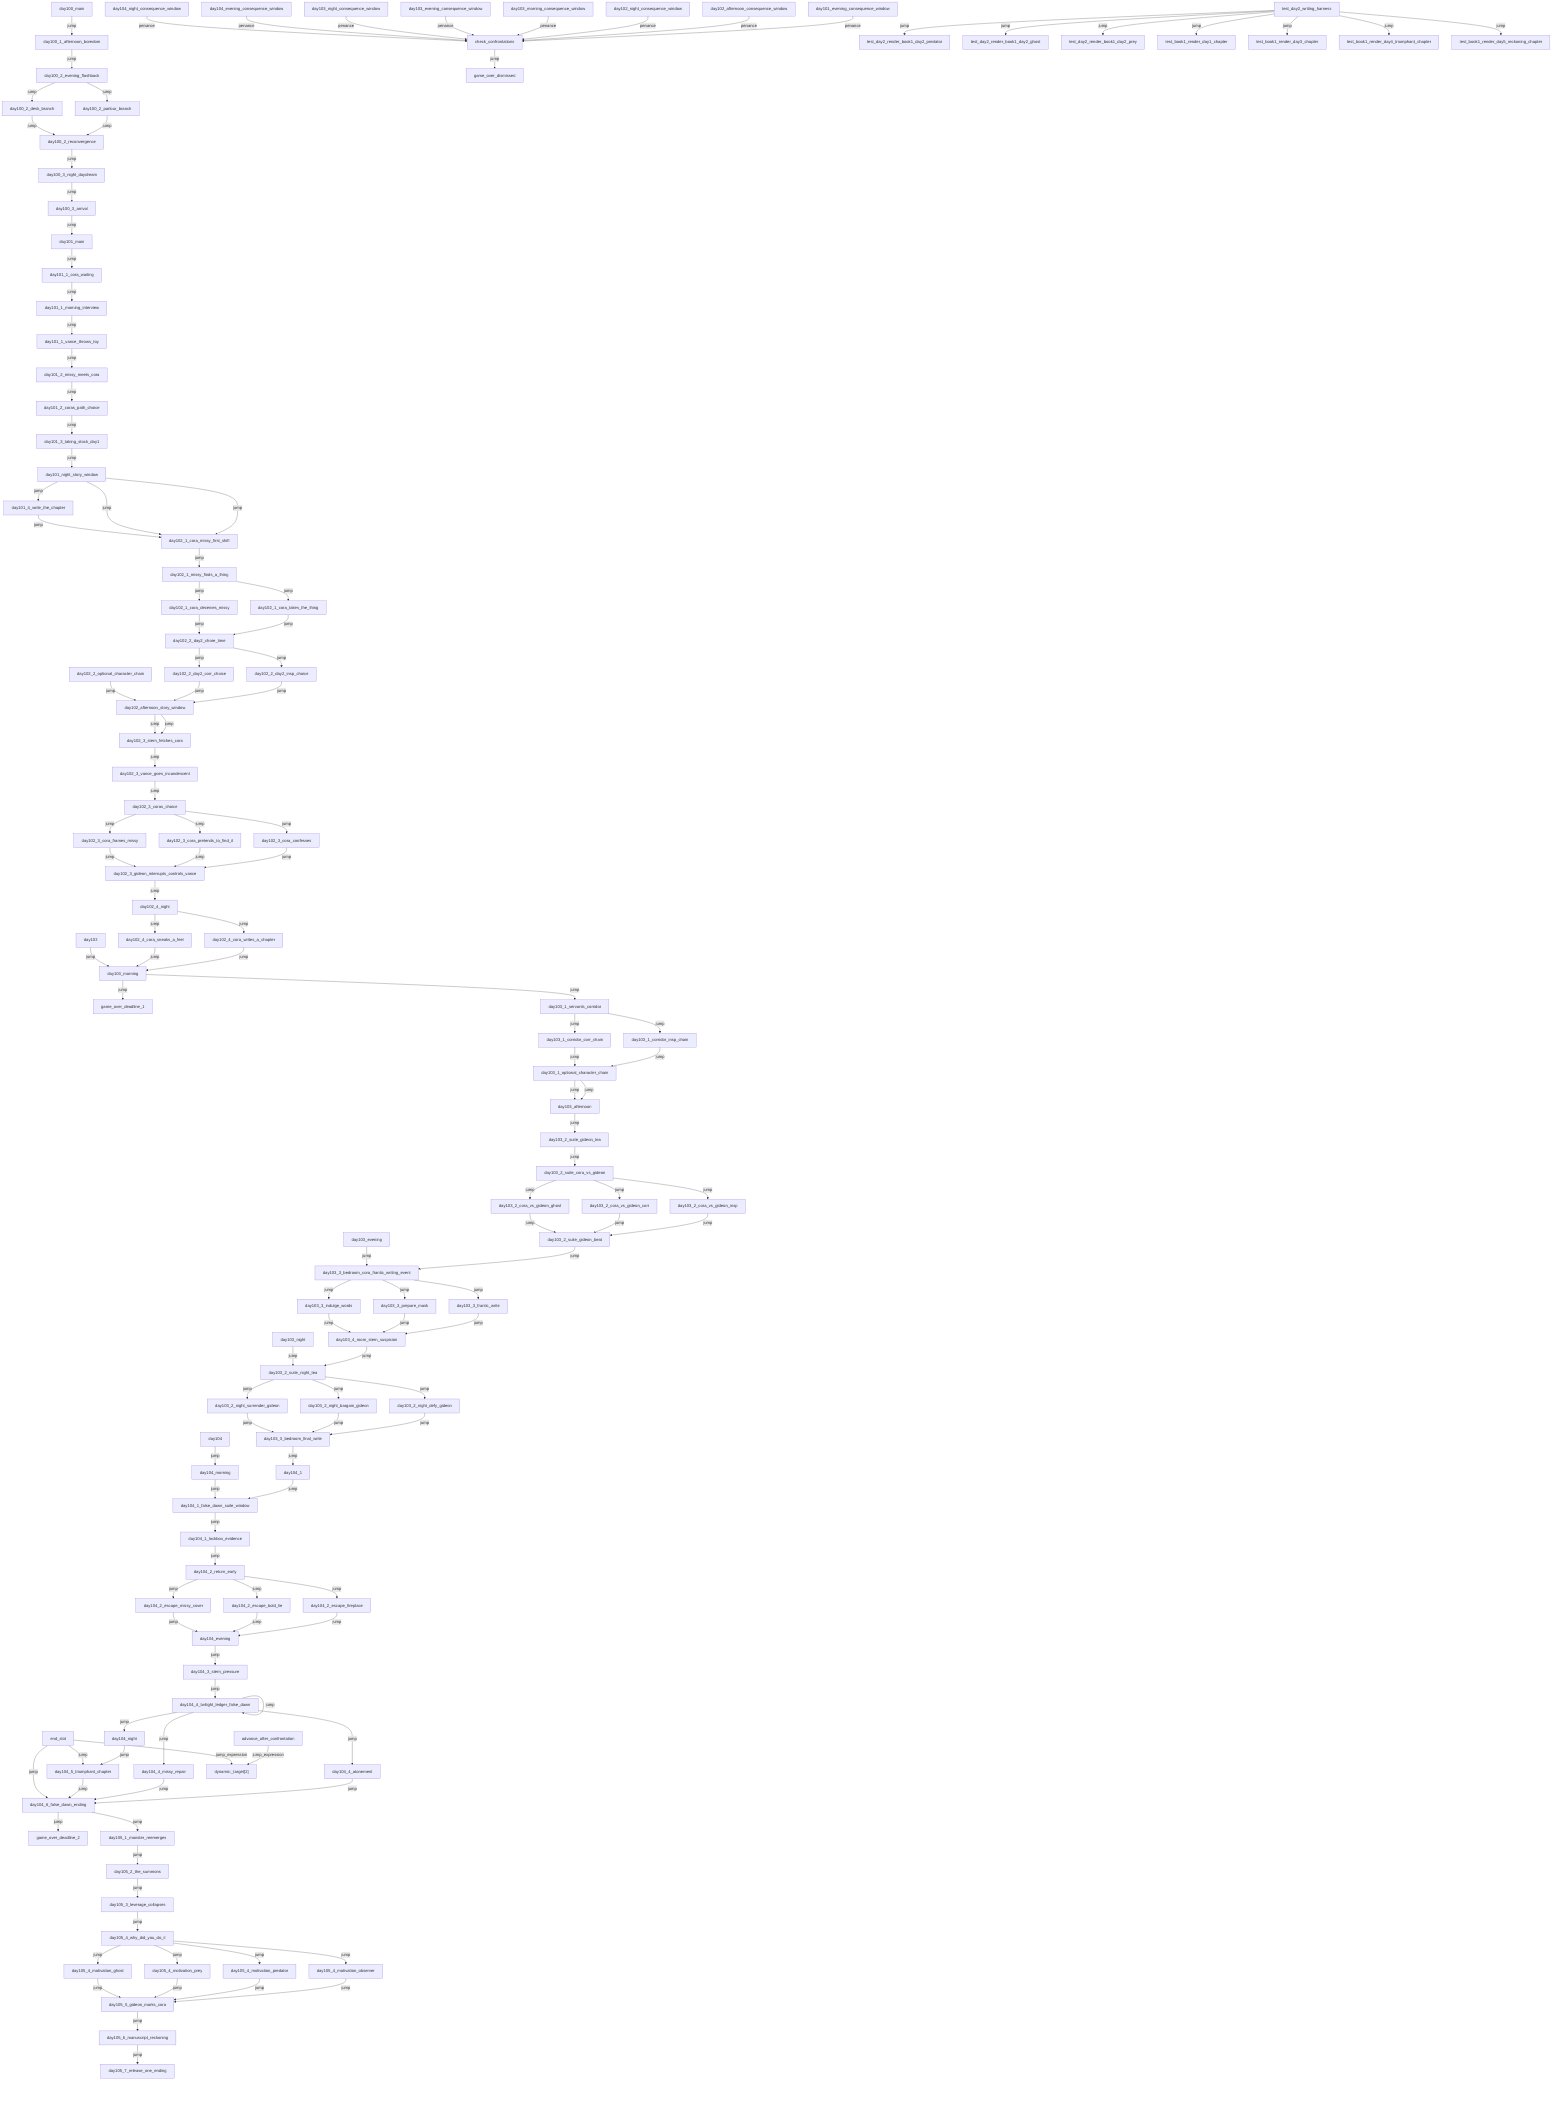
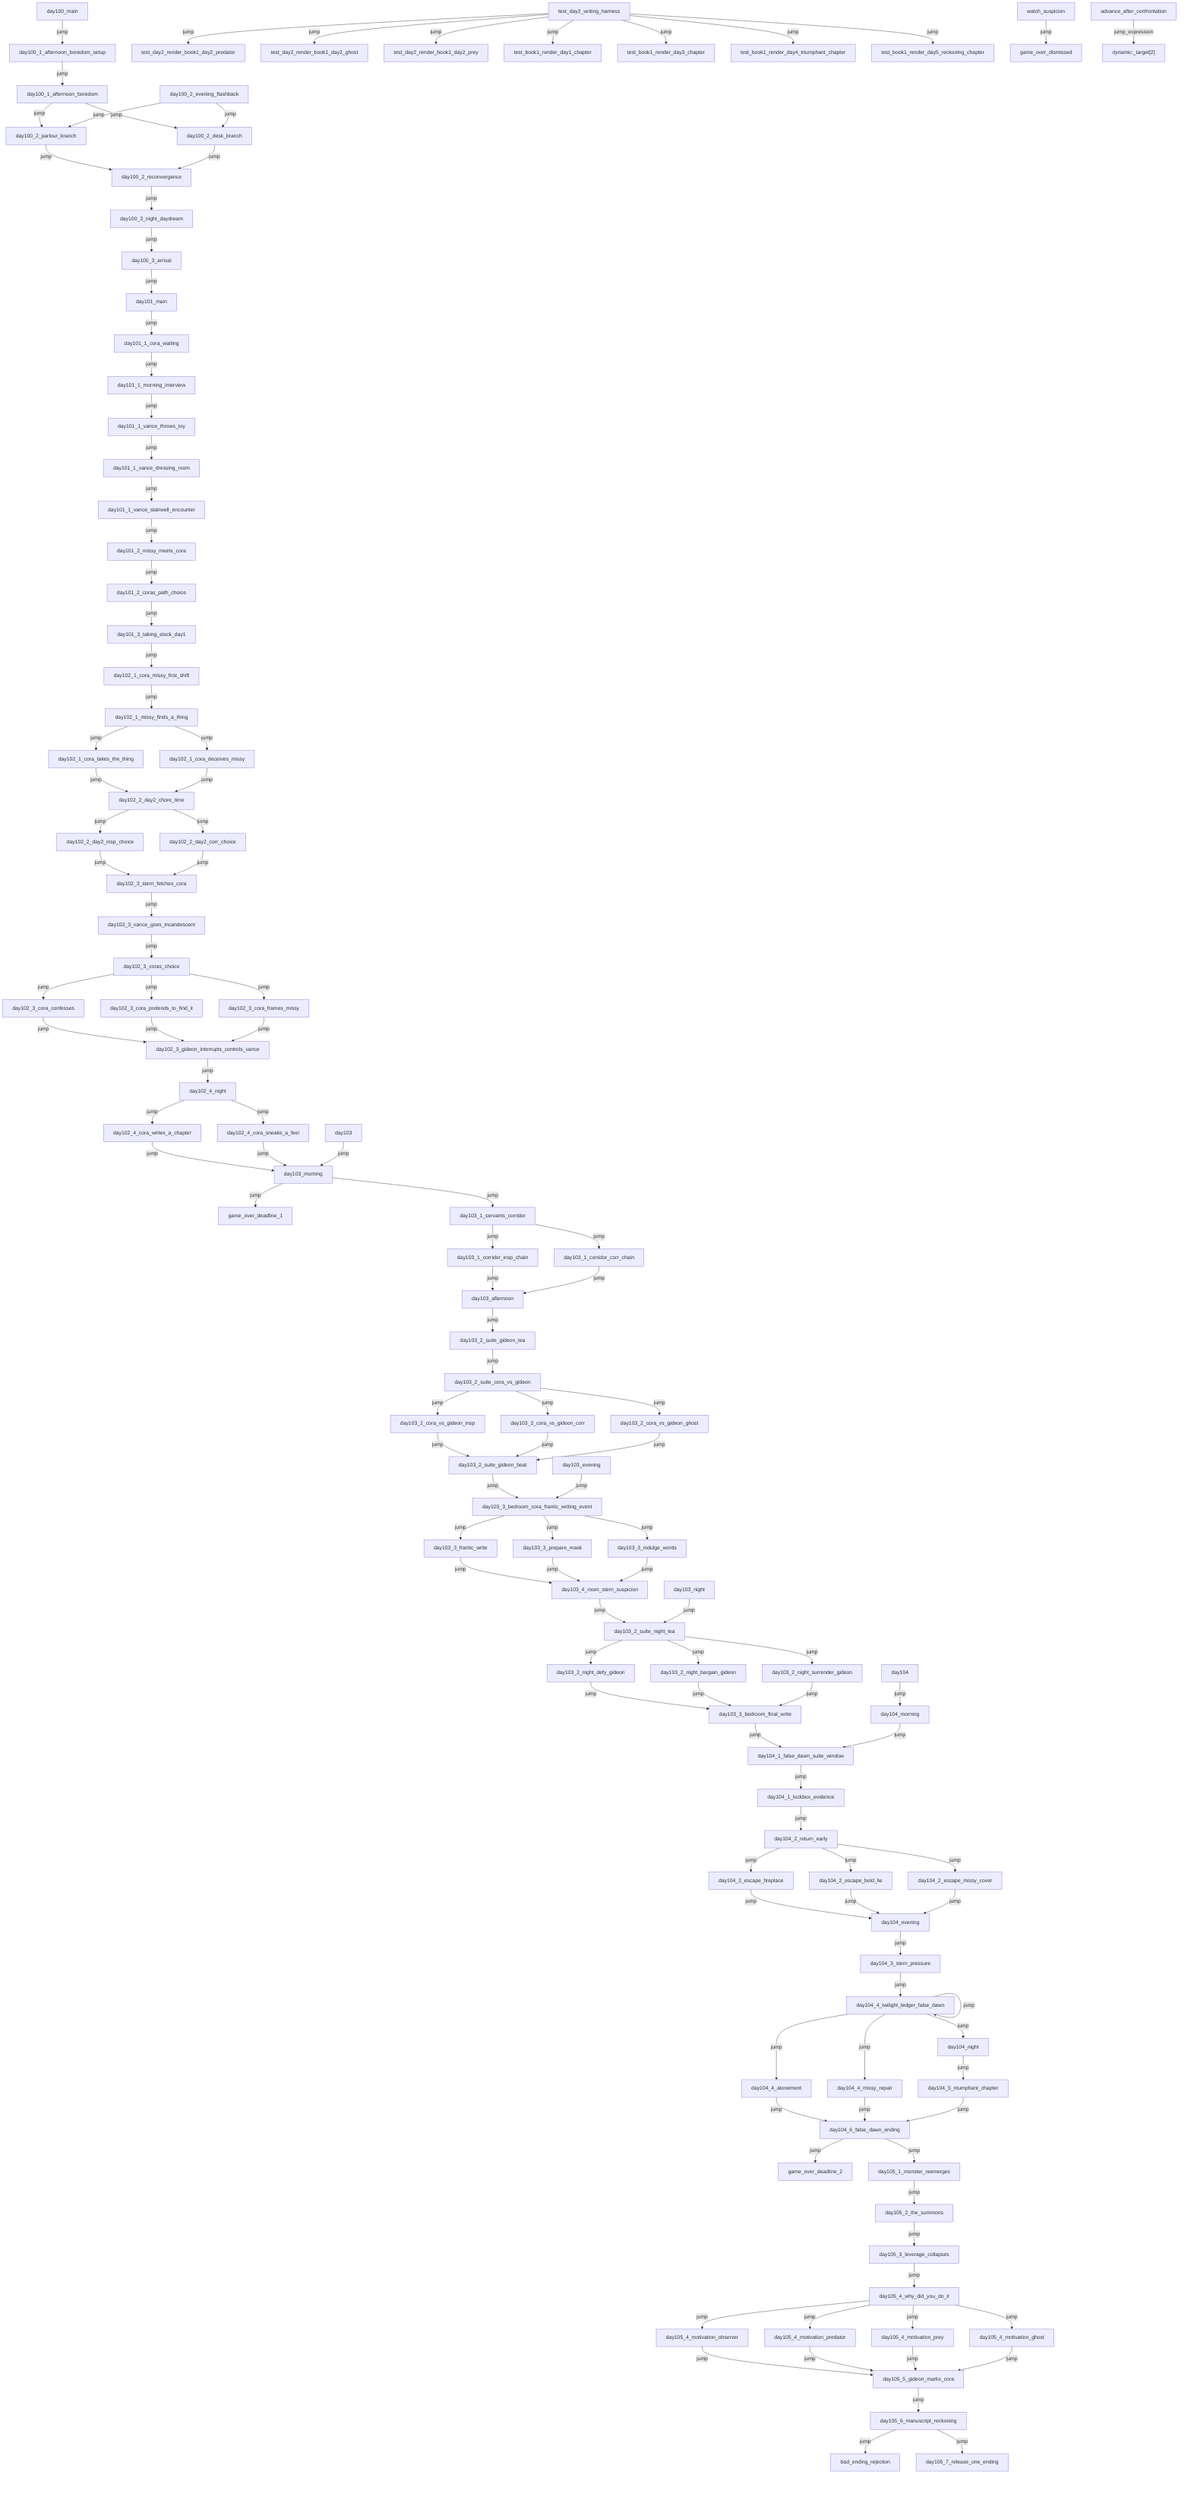
flowchart TD
-   day100_main["day100_main"] -->|"jump"| day100_1_afternoon_boredom["day100_1_afternoon_boredom"]
-   day100_1_afternoon_boredom["day100_1_afternoon_boredom"] -->|"jump"| day100_2_evening_flashback["day100_2_evening_flashback"]
+   day100_main["day100_main"] -->|"jump"| day100_1_afternoon_boredom_setup["day100_1_afternoon_boredom_setup"]
+   day100_1_afternoon_boredom_setup["day100_1_afternoon_boredom_setup"] -->|"jump"| day100_1_afternoon_boredom["day100_1_afternoon_boredom"]
+   day100_1_afternoon_boredom["day100_1_afternoon_boredom"] -->|"jump"| day100_2_desk_branch["day100_2_desk_branch"]
+   day100_1_afternoon_boredom["day100_1_afternoon_boredom"] -->|"jump"| day100_2_parlour_branch["day100_2_parlour_branch"]
+   day100_2_evening_flashback["day100_2_evening_flashback"] -->|"jump"| day100_2_desk_branch["day100_2_desk_branch"]
  day100_2_evening_flashback["day100_2_evening_flashback"] -->|"jump"| day100_2_parlour_branch["day100_2_parlour_branch"]
-   day100_2_evening_flashback["day100_2_evening_flashback"] -->|"jump"| day100_2_desk_branch["day100_2_desk_branch"]
  day100_2_parlour_branch["day100_2_parlour_branch"] -->|"jump"| day100_2_reconvergence["day100_2_reconvergence"]
  day100_2_desk_branch["day100_2_desk_branch"] -->|"jump"| day100_2_reconvergence["day100_2_reconvergence"]
  day100_2_reconvergence["day100_2_reconvergence"] -->|"jump"| day100_3_night_daydream["day100_3_night_daydream"]
  day100_3_night_daydream["day100_3_night_daydream"] -->|"jump"| day100_3_arrival["day100_3_arrival"]
  day100_3_arrival["day100_3_arrival"] -->|"jump"| day101_main["day101_main"]
  day101_main["day101_main"] -->|"jump"| day101_1_cora_waiting["day101_1_cora_waiting"]
  day101_1_cora_waiting["day101_1_cora_waiting"] -->|"jump"| day101_1_morning_interview["day101_1_morning_interview"]
  day101_1_morning_interview["day101_1_morning_interview"] -->|"jump"| day101_1_vance_throws_toy["day101_1_vance_throws_toy"]
-   day101_1_vance_throws_toy["day101_1_vance_throws_toy"] -->|"jump"| day101_2_missy_meets_cora["day101_2_missy_meets_cora"]
+   day101_1_vance_throws_toy["day101_1_vance_throws_toy"] -->|"jump"| day101_1_vance_dressing_room["day101_1_vance_dressing_room"]
+   day101_1_vance_dressing_room["day101_1_vance_dressing_room"] -->|"jump"| day101_1_vance_stairwell_encounter["day101_1_vance_stairwell_encounter"]
+   day101_1_vance_stairwell_encounter["day101_1_vance_stairwell_encounter"] -->|"jump"| day101_2_missy_meets_cora["day101_2_missy_meets_cora"]
  day101_2_missy_meets_cora["day101_2_missy_meets_cora"] -->|"jump"| day101_2_coras_path_choice["day101_2_coras_path_choice"]
  day101_2_coras_path_choice["day101_2_coras_path_choice"] -->|"jump"| day101_3_taking_stock_day1["day101_3_taking_stock_day1"]
-   day101_3_taking_stock_day1["day101_3_taking_stock_day1"] -->|"jump"| day101_night_story_window["day101_night_story_window"]
-   day101_night_story_window["day101_night_story_window"] -->|"jump"| day101_4_write_the_chapter["day101_4_write_the_chapter"]
-   day101_night_story_window["day101_night_story_window"] -->|"jump"| day102_1_cora_missy_first_shift["day102_1_cora_missy_first_shift"]
-   day101_night_story_window["day101_night_story_window"] -->|"jump"| day102_1_cora_missy_first_shift["day102_1_cora_missy_first_shift"]
-   day101_evening_consequence_window["day101_evening_consequence_window"] -->|"penance"| check_confrontations["check_confrontations"]
-   day101_4_write_the_chapter["day101_4_write_the_chapter"] -->|"jump"| day102_1_cora_missy_first_shift["day102_1_cora_missy_first_shift"]
+   day101_3_taking_stock_day1["day101_3_taking_stock_day1"] -->|"jump"| day102_1_cora_missy_first_shift["day102_1_cora_missy_first_shift"]
  day102_1_cora_missy_first_shift["day102_1_cora_missy_first_shift"] -->|"jump"| day102_1_missy_finds_a_thing["day102_1_missy_finds_a_thing"]
  day102_1_missy_finds_a_thing["day102_1_missy_finds_a_thing"] -->|"jump"| day102_1_cora_takes_the_thing["day102_1_cora_takes_the_thing"]
  day102_1_missy_finds_a_thing["day102_1_missy_finds_a_thing"] -->|"jump"| day102_1_cora_deceives_missy["day102_1_cora_deceives_missy"]
  day102_1_cora_takes_the_thing["day102_1_cora_takes_the_thing"] -->|"jump"| day102_2_day2_chore_time["day102_2_day2_chore_time"]
  day102_1_cora_deceives_missy["day102_1_cora_deceives_missy"] -->|"jump"| day102_2_day2_chore_time["day102_2_day2_chore_time"]
  day102_2_day2_chore_time["day102_2_day2_chore_time"] -->|"jump"| day102_2_day2_insp_choice["day102_2_day2_insp_choice"]
  day102_2_day2_chore_time["day102_2_day2_chore_time"] -->|"jump"| day102_2_day2_corr_choice["day102_2_day2_corr_choice"]
-   day102_2_day2_insp_choice["day102_2_day2_insp_choice"] -->|"jump"| day102_afternoon_story_window["day102_afternoon_story_window"]
-   day102_2_day2_corr_choice["day102_2_day2_corr_choice"] -->|"jump"| day102_afternoon_story_window["day102_afternoon_story_window"]
-   day102_2_optional_character_chain["day102_2_optional_character_chain"] -->|"jump"| day102_afternoon_story_window["day102_afternoon_story_window"]
-   day102_afternoon_story_window["day102_afternoon_story_window"] -->|"jump"| day102_3_stern_fetches_cora["day102_3_stern_fetches_cora"]
-   day102_afternoon_story_window["day102_afternoon_story_window"] -->|"jump"| day102_3_stern_fetches_cora["day102_3_stern_fetches_cora"]
-   day102_afternoon_consequence_window["day102_afternoon_consequence_window"] -->|"penance"| check_confrontations["check_confrontations"]
+   day102_2_day2_insp_choice["day102_2_day2_insp_choice"] -->|"jump"| day102_3_stern_fetches_cora["day102_3_stern_fetches_cora"]
+   day102_2_day2_corr_choice["day102_2_day2_corr_choice"] -->|"jump"| day102_3_stern_fetches_cora["day102_3_stern_fetches_cora"]
  day102_3_stern_fetches_cora["day102_3_stern_fetches_cora"] -->|"jump"| day102_3_vance_goes_incandescent["day102_3_vance_goes_incandescent"]
  day102_3_vance_goes_incandescent["day102_3_vance_goes_incandescent"] -->|"jump"| day102_3_coras_choice["day102_3_coras_choice"]
  day102_3_coras_choice["day102_3_coras_choice"] -->|"jump"| day102_3_cora_confesses["day102_3_cora_confesses"]
  day102_3_coras_choice["day102_3_coras_choice"] -->|"jump"| day102_3_cora_pretends_to_find_it["day102_3_cora_pretends_to_find_it"]
  day102_3_coras_choice["day102_3_coras_choice"] -->|"jump"| day102_3_cora_frames_missy["day102_3_cora_frames_missy"]
  day102_3_cora_confesses["day102_3_cora_confesses"] -->|"jump"| day102_3_gideon_interrupts_controls_vance["day102_3_gideon_interrupts_controls_vance"]
  day102_3_cora_pretends_to_find_it["day102_3_cora_pretends_to_find_it"] -->|"jump"| day102_3_gideon_interrupts_controls_vance["day102_3_gideon_interrupts_controls_vance"]
  day102_3_cora_frames_missy["day102_3_cora_frames_missy"] -->|"jump"| day102_3_gideon_interrupts_controls_vance["day102_3_gideon_interrupts_controls_vance"]
  day102_3_gideon_interrupts_controls_vance["day102_3_gideon_interrupts_controls_vance"] -->|"jump"| day102_4_night["day102_4_night"]
  day102_4_night["day102_4_night"] -->|"jump"| day102_4_cora_writes_a_chapter["day102_4_cora_writes_a_chapter"]
  day102_4_night["day102_4_night"] -->|"jump"| day102_4_cora_sneaks_a_feel["day102_4_cora_sneaks_a_feel"]
-   day102_night_consequence_window["day102_night_consequence_window"] -->|"penance"| check_confrontations["check_confrontations"]
  day102_4_cora_writes_a_chapter["day102_4_cora_writes_a_chapter"] -->|"jump"| day103_morning["day103_morning"]
  day102_4_cora_sneaks_a_feel["day102_4_cora_sneaks_a_feel"] -->|"jump"| day103_morning["day103_morning"]
  day103["day103"] -->|"jump"| day103_morning["day103_morning"]
  day103_morning["day103_morning"] -->|"jump"| game_over_deadline_1["game_over_deadline_1"]
  day103_morning["day103_morning"] -->|"jump"| day103_1_servants_corridor["day103_1_servants_corridor"]
-   day103_morning_consequence_window["day103_morning_consequence_window"] -->|"penance"| check_confrontations["check_confrontations"]
  day103_1_servants_corridor["day103_1_servants_corridor"] -->|"jump"| day103_1_corridor_insp_chain["day103_1_corridor_insp_chain"]
  day103_1_servants_corridor["day103_1_servants_corridor"] -->|"jump"| day103_1_corridor_corr_chain["day103_1_corridor_corr_chain"]
-   day103_1_corridor_insp_chain["day103_1_corridor_insp_chain"] -->|"jump"| day103_1_optional_character_chain["day103_1_optional_character_chain"]
-   day103_1_corridor_corr_chain["day103_1_corridor_corr_chain"] -->|"jump"| day103_1_optional_character_chain["day103_1_optional_character_chain"]
-   day103_1_optional_character_chain["day103_1_optional_character_chain"] -->|"jump"| day103_afternoon["day103_afternoon"]
-   day103_1_optional_character_chain["day103_1_optional_character_chain"] -->|"jump"| day103_afternoon["day103_afternoon"]
+   day103_1_corridor_insp_chain["day103_1_corridor_insp_chain"] -->|"jump"| day103_afternoon["day103_afternoon"]
+   day103_1_corridor_corr_chain["day103_1_corridor_corr_chain"] -->|"jump"| day103_afternoon["day103_afternoon"]
  day103_afternoon["day103_afternoon"] -->|"jump"| day103_2_suite_gideon_tea["day103_2_suite_gideon_tea"]
  day103_2_suite_gideon_tea["day103_2_suite_gideon_tea"] -->|"jump"| day103_2_suite_cora_vs_gideon["day103_2_suite_cora_vs_gideon"]
  day103_2_suite_cora_vs_gideon["day103_2_suite_cora_vs_gideon"] -->|"jump"| day103_2_cora_vs_gideon_insp["day103_2_cora_vs_gideon_insp"]
  day103_2_suite_cora_vs_gideon["day103_2_suite_cora_vs_gideon"] -->|"jump"| day103_2_cora_vs_gideon_corr["day103_2_cora_vs_gideon_corr"]
  day103_2_suite_cora_vs_gideon["day103_2_suite_cora_vs_gideon"] -->|"jump"| day103_2_cora_vs_gideon_ghost["day103_2_cora_vs_gideon_ghost"]
  day103_2_cora_vs_gideon_insp["day103_2_cora_vs_gideon_insp"] -->|"jump"| day103_2_suite_gideon_beat["day103_2_suite_gideon_beat"]
  day103_2_cora_vs_gideon_corr["day103_2_cora_vs_gideon_corr"] -->|"jump"| day103_2_suite_gideon_beat["day103_2_suite_gideon_beat"]
  day103_2_cora_vs_gideon_ghost["day103_2_cora_vs_gideon_ghost"] -->|"jump"| day103_2_suite_gideon_beat["day103_2_suite_gideon_beat"]
  day103_2_suite_gideon_beat["day103_2_suite_gideon_beat"] -->|"jump"| day103_3_bedroom_cora_frantic_writing_event["day103_3_bedroom_cora_frantic_writing_event"]
  day103_evening["day103_evening"] -->|"jump"| day103_3_bedroom_cora_frantic_writing_event["day103_3_bedroom_cora_frantic_writing_event"]
-   day103_evening_consequence_window["day103_evening_consequence_window"] -->|"penance"| check_confrontations["check_confrontations"]
  day103_3_bedroom_cora_frantic_writing_event["day103_3_bedroom_cora_frantic_writing_event"] -->|"jump"| day103_3_frantic_write["day103_3_frantic_write"]
  day103_3_bedroom_cora_frantic_writing_event["day103_3_bedroom_cora_frantic_writing_event"] -->|"jump"| day103_3_prepare_mask["day103_3_prepare_mask"]
  day103_3_bedroom_cora_frantic_writing_event["day103_3_bedroom_cora_frantic_writing_event"] -->|"jump"| day103_3_indulge_words["day103_3_indulge_words"]
  day103_3_frantic_write["day103_3_frantic_write"] -->|"jump"| day103_4_room_stern_suspicion["day103_4_room_stern_suspicion"]
  day103_3_prepare_mask["day103_3_prepare_mask"] -->|"jump"| day103_4_room_stern_suspicion["day103_4_room_stern_suspicion"]
  day103_3_indulge_words["day103_3_indulge_words"] -->|"jump"| day103_4_room_stern_suspicion["day103_4_room_stern_suspicion"]
  day103_4_room_stern_suspicion["day103_4_room_stern_suspicion"] -->|"jump"| day103_2_suite_night_tea["day103_2_suite_night_tea"]
  day103_night["day103_night"] -->|"jump"| day103_2_suite_night_tea["day103_2_suite_night_tea"]
-   day103_night_consequence_window["day103_night_consequence_window"] -->|"penance"| check_confrontations["check_confrontations"]
  day103_2_suite_night_tea["day103_2_suite_night_tea"] -->|"jump"| day103_2_night_defy_gideon["day103_2_night_defy_gideon"]
  day103_2_suite_night_tea["day103_2_suite_night_tea"] -->|"jump"| day103_2_night_bargain_gideon["day103_2_night_bargain_gideon"]
  day103_2_suite_night_tea["day103_2_suite_night_tea"] -->|"jump"| day103_2_night_surrender_gideon["day103_2_night_surrender_gideon"]
  day103_2_night_defy_gideon["day103_2_night_defy_gideon"] -->|"jump"| day103_3_bedroom_final_write["day103_3_bedroom_final_write"]
  day103_2_night_bargain_gideon["day103_2_night_bargain_gideon"] -->|"jump"| day103_3_bedroom_final_write["day103_3_bedroom_final_write"]
  day103_2_night_surrender_gideon["day103_2_night_surrender_gideon"] -->|"jump"| day103_3_bedroom_final_write["day103_3_bedroom_final_write"]
-   day103_3_bedroom_final_write["day103_3_bedroom_final_write"] -->|"jump"| day104_1["day104_1"]
-   day104_1["day104_1"] -->|"jump"| day104_1_false_dawn_suite_window["day104_1_false_dawn_suite_window"]
+   day103_3_bedroom_final_write["day103_3_bedroom_final_write"] -->|"jump"| day104_1_false_dawn_suite_window["day104_1_false_dawn_suite_window"]
  day104["day104"] -->|"jump"| day104_morning["day104_morning"]
  day104_morning["day104_morning"] -->|"jump"| day104_1_false_dawn_suite_window["day104_1_false_dawn_suite_window"]
  day104_1_false_dawn_suite_window["day104_1_false_dawn_suite_window"] -->|"jump"| day104_1_lockbox_evidence["day104_1_lockbox_evidence"]
  day104_1_lockbox_evidence["day104_1_lockbox_evidence"] -->|"jump"| day104_2_return_early["day104_2_return_early"]
  day104_2_return_early["day104_2_return_early"] -->|"jump"| day104_2_escape_fireplace["day104_2_escape_fireplace"]
  day104_2_return_early["day104_2_return_early"] -->|"jump"| day104_2_escape_bold_lie["day104_2_escape_bold_lie"]
  day104_2_return_early["day104_2_return_early"] -->|"jump"| day104_2_escape_missy_cover["day104_2_escape_missy_cover"]
  day104_2_escape_fireplace["day104_2_escape_fireplace"] -->|"jump"| day104_evening["day104_evening"]
  day104_2_escape_bold_lie["day104_2_escape_bold_lie"] -->|"jump"| day104_evening["day104_evening"]
  day104_2_escape_missy_cover["day104_2_escape_missy_cover"] -->|"jump"| day104_evening["day104_evening"]
  day104_evening["day104_evening"] -->|"jump"| day104_3_stern_pressure["day104_3_stern_pressure"]
  day104_3_stern_pressure["day104_3_stern_pressure"] -->|"jump"| day104_4_twilight_ledger_false_dawn["day104_4_twilight_ledger_false_dawn"]
  day104_4_twilight_ledger_false_dawn["day104_4_twilight_ledger_false_dawn"] -->|"jump"| day104_4_atonement["day104_4_atonement"]
+   day104_4_twilight_ledger_false_dawn["day104_4_twilight_ledger_false_dawn"] -->|"jump"| day104_4_twilight_ledger_false_dawn["day104_4_twilight_ledger_false_dawn"]
  day104_4_twilight_ledger_false_dawn["day104_4_twilight_ledger_false_dawn"] -->|"jump"| day104_night["day104_night"]
-   day104_4_twilight_ledger_false_dawn["day104_4_twilight_ledger_false_dawn"] -->|"jump"| day104_4_twilight_ledger_false_dawn["day104_4_twilight_ledger_false_dawn"]
  day104_4_twilight_ledger_false_dawn["day104_4_twilight_ledger_false_dawn"] -->|"jump"| day104_4_missy_repair["day104_4_missy_repair"]
-   day104_evening_consequence_window["day104_evening_consequence_window"] -->|"penance"| check_confrontations["check_confrontations"]
  day104_4_atonement["day104_4_atonement"] -->|"jump"| day104_6_false_dawn_ending["day104_6_false_dawn_ending"]
  day104_4_missy_repair["day104_4_missy_repair"] -->|"jump"| day104_6_false_dawn_ending["day104_6_false_dawn_ending"]
  day104_night["day104_night"] -->|"jump"| day104_5_triumphant_chapter["day104_5_triumphant_chapter"]
  day104_5_triumphant_chapter["day104_5_triumphant_chapter"] -->|"jump"| day104_6_false_dawn_ending["day104_6_false_dawn_ending"]
-   day104_night_consequence_window["day104_night_consequence_window"] -->|"penance"| check_confrontations["check_confrontations"]
  day104_6_false_dawn_ending["day104_6_false_dawn_ending"] -->|"jump"| game_over_deadline_2["game_over_deadline_2"]
  day104_6_false_dawn_ending["day104_6_false_dawn_ending"] -->|"jump"| day105_1_monster_reemerges["day105_1_monster_reemerges"]
  day105_1_monster_reemerges["day105_1_monster_reemerges"] -->|"jump"| day105_2_the_summons["day105_2_the_summons"]
  day105_2_the_summons["day105_2_the_summons"] -->|"jump"| day105_3_leverage_collapses["day105_3_leverage_collapses"]
  day105_3_leverage_collapses["day105_3_leverage_collapses"] -->|"jump"| day105_4_why_did_you_do_it["day105_4_why_did_you_do_it"]
  day105_4_why_did_you_do_it["day105_4_why_did_you_do_it"] -->|"jump"| day105_4_motivation_observer["day105_4_motivation_observer"]
  day105_4_why_did_you_do_it["day105_4_why_did_you_do_it"] -->|"jump"| day105_4_motivation_predator["day105_4_motivation_predator"]
  day105_4_why_did_you_do_it["day105_4_why_did_you_do_it"] -->|"jump"| day105_4_motivation_prey["day105_4_motivation_prey"]
  day105_4_why_did_you_do_it["day105_4_why_did_you_do_it"] -->|"jump"| day105_4_motivation_ghost["day105_4_motivation_ghost"]
  day105_4_motivation_observer["day105_4_motivation_observer"] -->|"jump"| day105_5_gideon_marks_cora["day105_5_gideon_marks_cora"]
  day105_4_motivation_predator["day105_4_motivation_predator"] -->|"jump"| day105_5_gideon_marks_cora["day105_5_gideon_marks_cora"]
  day105_4_motivation_prey["day105_4_motivation_prey"] -->|"jump"| day105_5_gideon_marks_cora["day105_5_gideon_marks_cora"]
  day105_4_motivation_ghost["day105_4_motivation_ghost"] -->|"jump"| day105_5_gideon_marks_cora["day105_5_gideon_marks_cora"]
  day105_5_gideon_marks_cora["day105_5_gideon_marks_cora"] -->|"jump"| day105_6_manuscript_reckoning["day105_6_manuscript_reckoning"]
+   day105_6_manuscript_reckoning["day105_6_manuscript_reckoning"] -->|"jump"| bad_ending_rejection["bad_ending_rejection"]
  day105_6_manuscript_reckoning["day105_6_manuscript_reckoning"] -->|"jump"| day105_7_release_one_ending["day105_7_release_one_ending"]
  test_day2_writing_harness["test_day2_writing_harness"] -->|"jump"| test_day2_render_book1_day2_predator["test_day2_render_book1_day2_predator"]
  test_day2_writing_harness["test_day2_writing_harness"] -->|"jump"| test_day2_render_book1_day2_ghost["test_day2_render_book1_day2_ghost"]
  test_day2_writing_harness["test_day2_writing_harness"] -->|"jump"| test_day2_render_book1_day2_prey["test_day2_render_book1_day2_prey"]
  test_day2_writing_harness["test_day2_writing_harness"] -->|"jump"| test_book1_render_day1_chapter["test_book1_render_day1_chapter"]
  test_day2_writing_harness["test_day2_writing_harness"] -->|"jump"| test_book1_render_day3_chapter["test_book1_render_day3_chapter"]
  test_day2_writing_harness["test_day2_writing_harness"] -->|"jump"| test_book1_render_day4_triumphant_chapter["test_book1_render_day4_triumphant_chapter"]
  test_day2_writing_harness["test_day2_writing_harness"] -->|"jump"| test_book1_render_day5_reckoning_chapter["test_book1_render_day5_reckoning_chapter"]
-   check_confrontations["check_confrontations"] -->|"jump"| game_over_dismissed["game_over_dismissed"]
+   watch_suspicion["watch_suspicion"] -->|"jump"| game_over_dismissed["game_over_dismissed"]
  advance_after_confrontation["advance_after_confrontation"] -->|"jump_expression"| dynamic__target_2_["dynamic:_target[2]"]
-   end_slot["end_slot"] -->|"jump"| day104_6_false_dawn_ending["day104_6_false_dawn_ending"]
-   end_slot["end_slot"] -->|"jump"| day104_5_triumphant_chapter["day104_5_triumphant_chapter"]
-   end_slot["end_slot"] -->|"jump_expression"| dynamic__target_2_["dynamic:_target[2]"]
